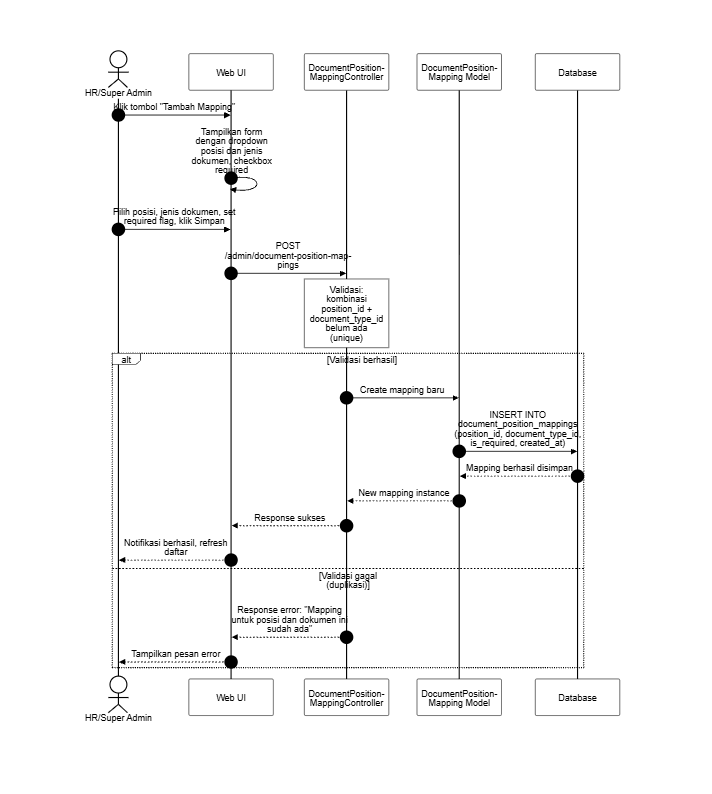
Above: docs/SequenceDiagram/PNG_Transparent/DataMasterDokumenPosisi-Tambah.png in SulaimanHafi23/SimpegRSHDI (Mermaid), before the change. Its source is kept beside it as docs/SequenceDiagram/DataMasterDokumenPosisi-Tambah.mermaid. Its diagram source:
```mermaid
---
id: KelolaMappingDokumenPosisi-TambahMapping
title: Kelola Mapping Dokumen Posisi - Tambah Mapping
---
%%{init: {"theme": "base", "themeVariables": {"background": "#dddddd", "primaryColor": "#ffffff", "primaryBorderColor": "#000000", "primaryTextColor": "#000000", "lineColor": "#000000", "textColor": "#000000", "actorBkg": "#ffffff", "actorBorder": "#000000", "actorTextColor": "#000000", "activationBkgColor": "#ffffff", "activationBorderColor": "#000000", "signalColor": "#000000", "signalTextColor": "#000000", "labelBoxBkgColor": "#ffffff", "labelBoxBorderColor": "#000000", "labelTextColor": "#000000", "sequenceNumberColor": "#000000", "noteBkgColor": "#ffffff", "noteBorderColor": "#000000", "noteTextColor": "#000000"}, "sequence": {"useMaxWidth": true, "wrap": true, "messageFontSize": 12, "noteFontSize": 12}}}%%
sequenceDiagram
    autonumber
    actor HR as HR/Super Admin
    participant UI as Web UI
    participant C as DocumentPositionMappingController
    participant DPM as DocumentPositionMapping Model
    participant DB as Database

    HR->>UI: Klik tombol "Tambah Mapping"
    UI->>UI: Tampilkan form dengan dropdown posisi dan jenis dokumen, checkbox required
    HR->>UI: Pilih posisi, jenis dokumen, set required flag, klik Simpan
    UI->>C: POST /admin/document-position-mappings
    note over C: Validasi: kombinasi position_id + document_type_id belum ada (unique)
    alt Validasi berhasil
        C->>DPM: Create mapping baru
        DPM->>DB: INSERT INTO document_position_mappings (position_id, document_type_id, is_required, created_at)
        DB-->>DPM: Mapping berhasil disimpan
        DPM-->>C: New mapping instance
        C-->>UI: Response sukses
        UI-->>HR: Notifikasi berhasil, refresh daftar
    else Validasi gagal (duplikasi)
        C-->>UI: Response error: "Mapping untuk posisi dan dokumen ini sudah ada"
        UI-->>HR: Tampilkan pesan error
    end
```
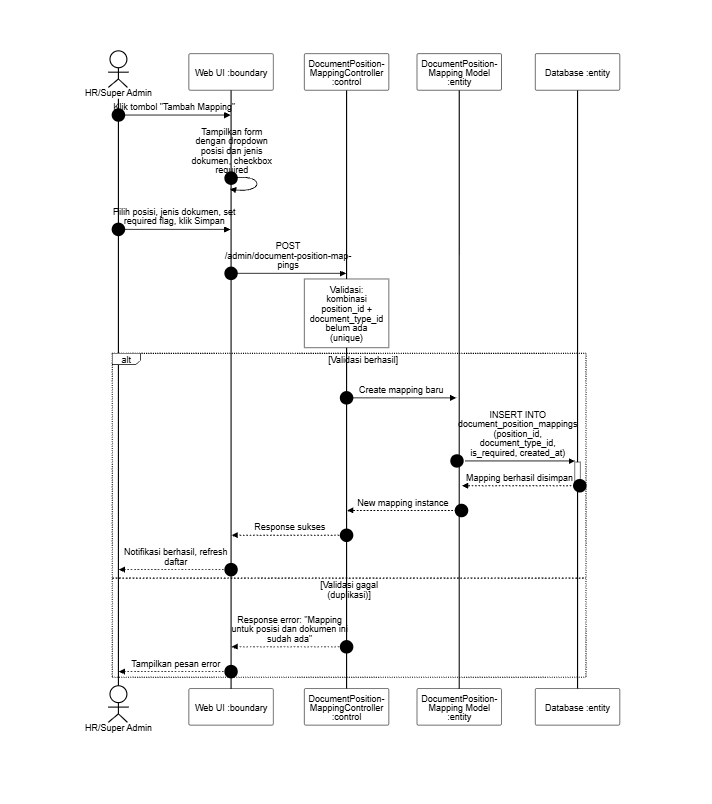
Later version of the same file.

What changed in the source:
```diff
@@ -6,10 +6,10 @@
 sequenceDiagram
     autonumber
     actor HR as HR/Super Admin
-    participant UI as Web UI
-    participant C as DocumentPositionMappingController
-    participant DPM as DocumentPositionMapping Model
-    participant DB as Database
+    participant UI as Web UI :boundary
+    participant C as DocumentPositionMappingController :control
+    participant DPM as DocumentPositionMapping Model :entity
+    participant DB as Database :entity
 
     HR->>UI: Klik tombol "Tambah Mapping"
     UI->>UI: Tampilkan form dengan dropdown posisi dan jenis dokumen, checkbox required
@@ -17,9 +17,9 @@
     UI->>C: POST /admin/document-position-mappings
     note over C: Validasi: kombinasi position_id + document_type_id belum ada (unique)
     alt Validasi berhasil
-        C->>DPM: Create mapping baru
-        DPM->>DB: INSERT INTO document_position_mappings (position_id, document_type_id, is_required, created_at)
-        DB-->>DPM: Mapping berhasil disimpan
+        C->>+DPM: Create mapping baru
+        DPM->>+DB: INSERT INTO document_position_mappings (position_id, document_type_id, is_required, created_at)
+        DB-->>-DPM: Mapping berhasil disimpan
         DPM-->>C: New mapping instance
         C-->>UI: Response sukses
         UI-->>HR: Notifikasi berhasil, refresh daftar
```
